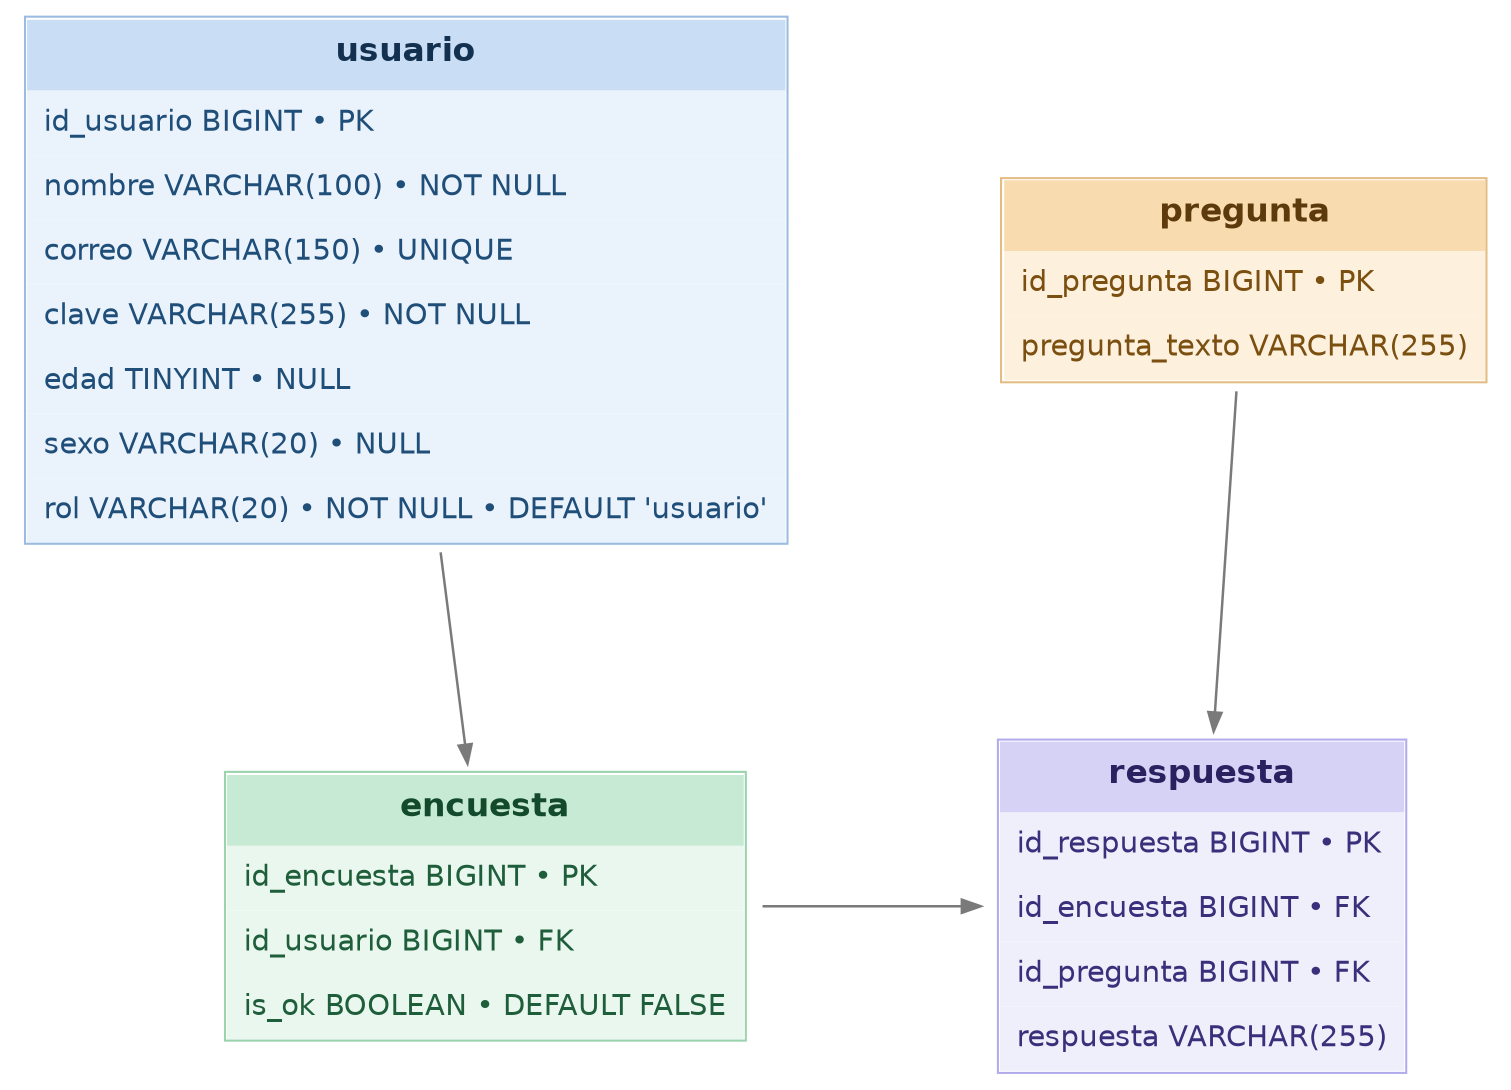
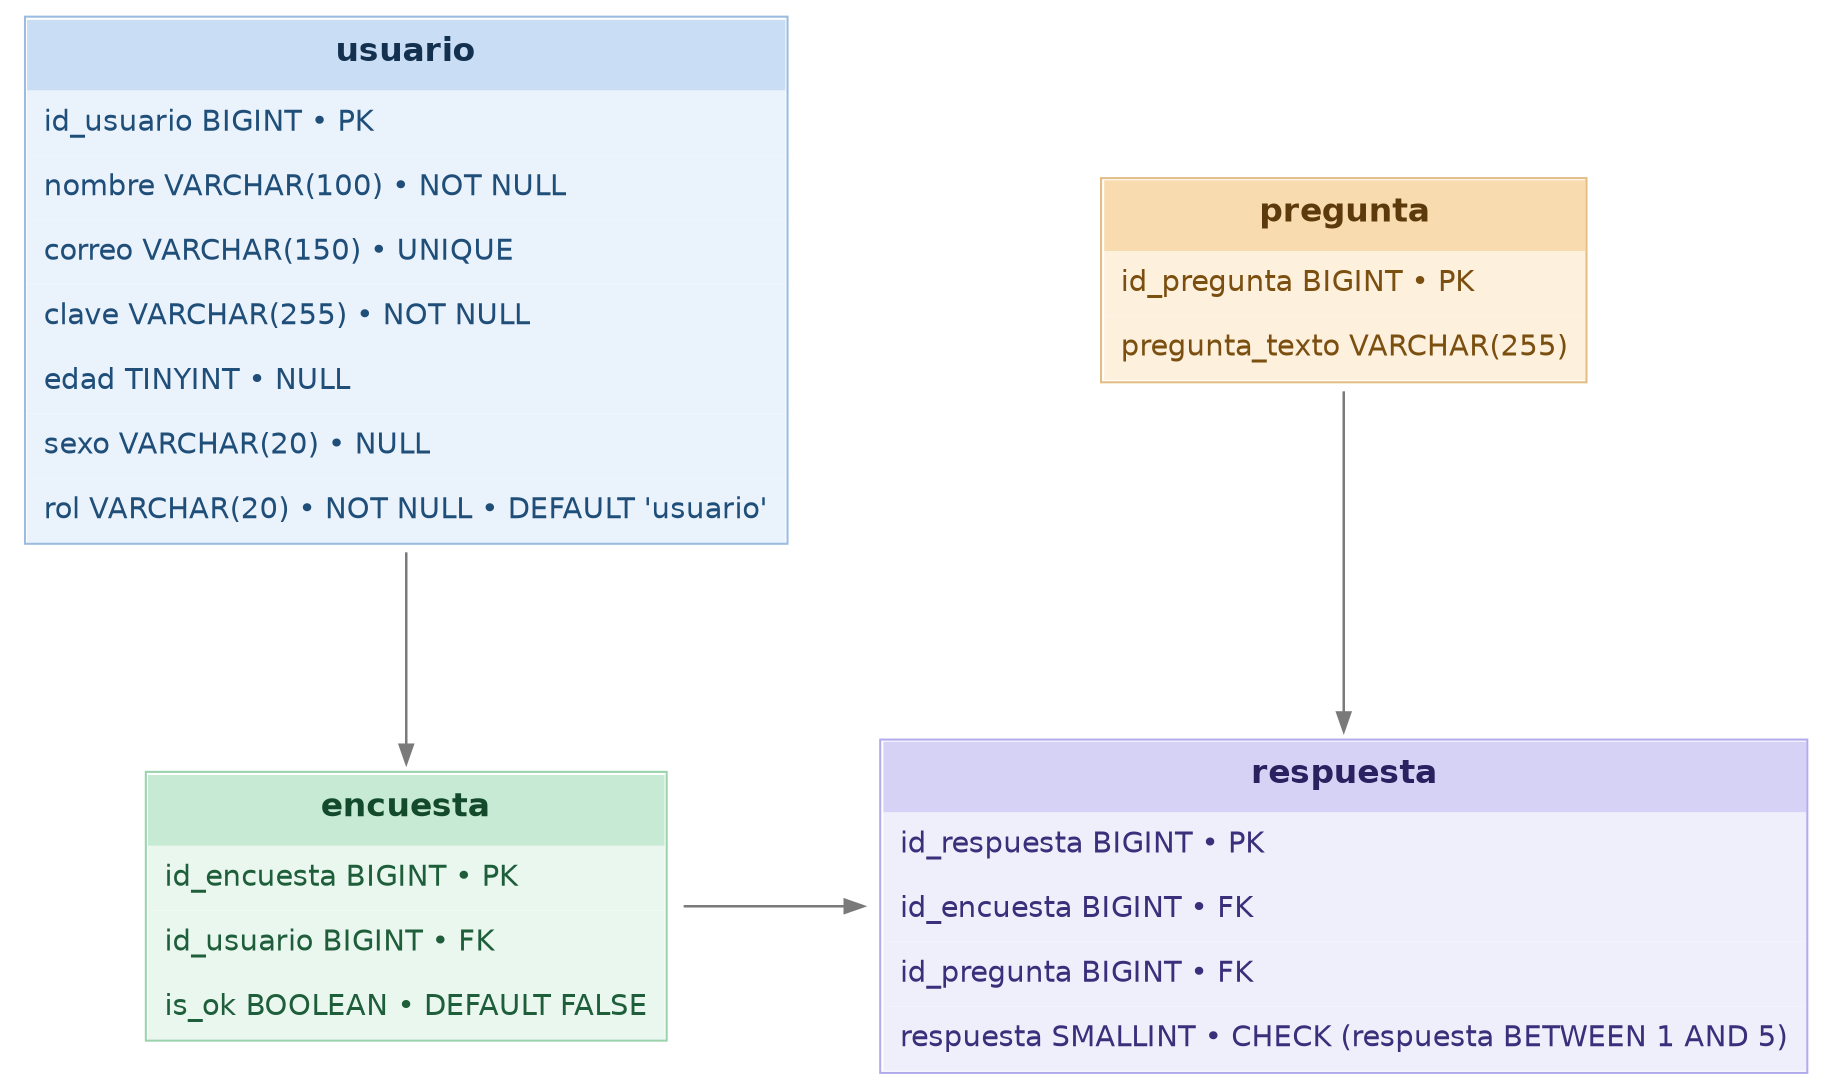
// Modelo relacional - Encuesta sobre la atencion
// Regenerar con: dot -Tpng modelo_relacional.dot -o modelo_relacional.png
digraph modelo_relacional {
  graph [rankdir=TB, nodesep=1.2, ranksep=1.2, bgcolor="white", fontname="Helvetica"];
  node  [shape=plaintext, fontname="Helvetica"];
  edge  [color="#7a7a7a", arrowsize=0.9, penwidth=1.2];

  usuario [label=<
    <TABLE BORDER="1" COLOR="#9bbce0" CELLBORDER="0" CELLSPACING="0" CELLPADDING="8">
      <TR><TD BGCOLOR="#c9ddf5"><FONT POINT-SIZE="16" COLOR="#13314f"><B>usuario</B></FONT></TD></TR>
      <TR><TD BGCOLOR="#eaf2fc" ALIGN="LEFT"><FONT COLOR="#1f4e79">id_usuario BIGINT &#8226; PK</FONT></TD></TR>
      <TR><TD BGCOLOR="#eaf2fc" ALIGN="LEFT"><FONT COLOR="#1f4e79">nombre VARCHAR(100) &#8226; NOT NULL</FONT></TD></TR>
      <TR><TD BGCOLOR="#eaf2fc" ALIGN="LEFT"><FONT COLOR="#1f4e79">correo VARCHAR(150) &#8226; UNIQUE</FONT></TD></TR>
      <TR><TD BGCOLOR="#eaf2fc" ALIGN="LEFT"><FONT COLOR="#1f4e79">clave VARCHAR(255) &#8226; NOT NULL</FONT></TD></TR>
      <TR><TD BGCOLOR="#eaf2fc" ALIGN="LEFT"><FONT COLOR="#1f4e79">edad TINYINT &#8226; NULL</FONT></TD></TR>
      <TR><TD BGCOLOR="#eaf2fc" ALIGN="LEFT"><FONT COLOR="#1f4e79">sexo VARCHAR(20) &#8226; NULL</FONT></TD></TR>
      <TR><TD BGCOLOR="#eaf2fc" ALIGN="LEFT"><FONT COLOR="#1f4e79">rol VARCHAR(20) &#8226; NOT NULL &#8226; DEFAULT 'usuario'</FONT></TD></TR>
    </TABLE>>];

  pregunta [label=<
    <TABLE BORDER="1" COLOR="#e3bd84" CELLBORDER="0" CELLSPACING="0" CELLPADDING="8">
      <TR><TD BGCOLOR="#f8dcb0"><FONT POINT-SIZE="16" COLOR="#5c3a0c"><B>pregunta</B></FONT></TD></TR>
      <TR><TD BGCOLOR="#fdf0dd" ALIGN="LEFT"><FONT COLOR="#7a4f10">id_pregunta BIGINT &#8226; PK</FONT></TD></TR>
      <TR><TD BGCOLOR="#fdf0dd" ALIGN="LEFT"><FONT COLOR="#7a4f10">pregunta_texto VARCHAR(255)</FONT></TD></TR>
    </TABLE>>];

  encuesta [label=<
    <TABLE BORDER="1" COLOR="#9bd3ad" CELLBORDER="0" CELLSPACING="0" CELLPADDING="8">
      <TR><TD BGCOLOR="#c7ead4"><FONT POINT-SIZE="16" COLOR="#134a2b"><B>encuesta</B></FONT></TD></TR>
      <TR><TD BGCOLOR="#e9f7ef" ALIGN="LEFT"><FONT COLOR="#1f5e3a">id_encuesta BIGINT &#8226; PK</FONT></TD></TR>
      <TR><TD BGCOLOR="#e9f7ef" ALIGN="LEFT"><FONT COLOR="#1f5e3a">id_usuario BIGINT &#8226; FK</FONT></TD></TR>
      <TR><TD BGCOLOR="#e9f7ef" ALIGN="LEFT"><FONT COLOR="#1f5e3a">is_ok BOOLEAN &#8226; DEFAULT FALSE</FONT></TD></TR>
    </TABLE>>];

  respuesta [label=<
    <TABLE BORDER="1" COLOR="#b3acec" CELLBORDER="0" CELLSPACING="0" CELLPADDING="8">
      <TR><TD BGCOLOR="#d6d2f5"><FONT POINT-SIZE="16" COLOR="#2a2160"><B>respuesta</B></FONT></TD></TR>
      <TR><TD BGCOLOR="#efeefb" ALIGN="LEFT"><FONT COLOR="#3a2f7a">id_respuesta BIGINT &#8226; PK</FONT></TD></TR>
      <TR><TD BGCOLOR="#efeefb" ALIGN="LEFT"><FONT COLOR="#3a2f7a">id_encuesta BIGINT &#8226; FK</FONT></TD></TR>
      <TR><TD BGCOLOR="#efeefb" ALIGN="LEFT"><FONT COLOR="#3a2f7a">id_pregunta BIGINT &#8226; FK</FONT></TD></TR>
-       <TR><TD BGCOLOR="#efeefb" ALIGN="LEFT"><FONT COLOR="#3a2f7a">respuesta VARCHAR(255)</FONT></TD></TR>
+       <TR><TD BGCOLOR="#efeefb" ALIGN="LEFT"><FONT COLOR="#3a2f7a">respuesta SMALLINT &#8226; CHECK (respuesta BETWEEN 1 AND 5)</FONT></TD></TR>
    </TABLE>>];

  { rank=same; usuario; pregunta; }
  { rank=same; encuesta; respuesta; }

  usuario  -> encuesta;
  pregunta -> respuesta;
  encuesta -> respuesta;
}
